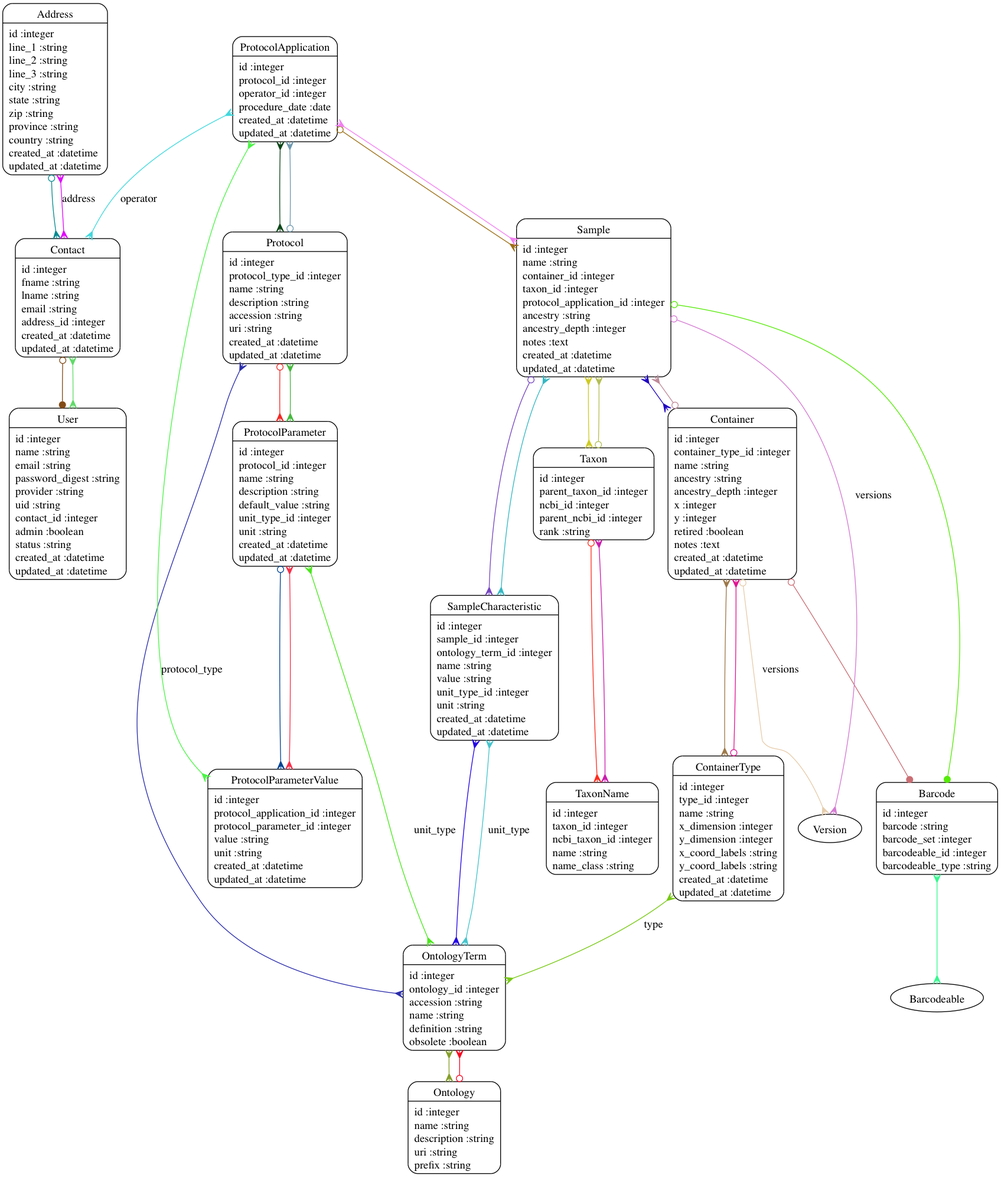
dimitras/collos keeps this Graphviz diagram as models.png. Above is the earlier version. Its source is kept beside it as models.dot.
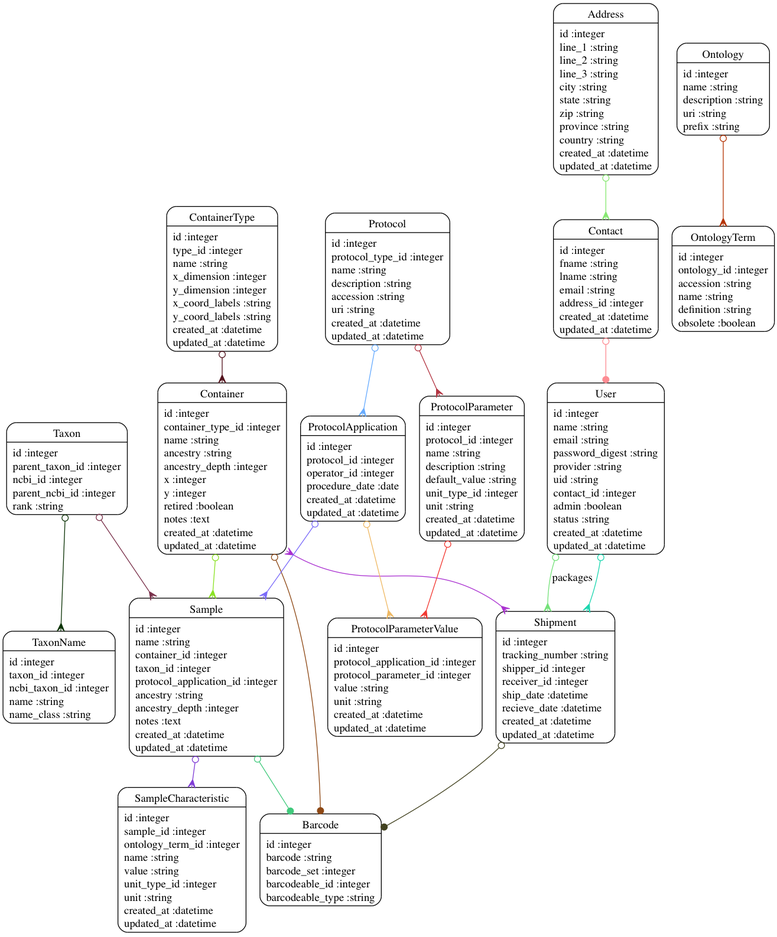
Above is the later version.

Diff of the diagram source:
```diff
@@ -13,43 +13,27 @@
 	"ProtocolParameterValue" [shape=Mrecord, label="{ProtocolParameterValue|id :integer\lprotocol_application_id :integer\lprotocol_parameter_id :integer\lvalue :string\lunit :string\lcreated_at :datetime\lupdated_at :datetime\l}"]
 	"Sample" [shape=Mrecord, label="{Sample|id :integer\lname :string\lcontainer_id :integer\ltaxon_id :integer\lprotocol_application_id :integer\lancestry :string\lancestry_depth :integer\lnotes :text\lcreated_at :datetime\lupdated_at :datetime\l}"]
 	"SampleCharacteristic" [shape=Mrecord, label="{SampleCharacteristic|id :integer\lsample_id :integer\lontology_term_id :integer\lname :string\lvalue :string\lunit_type_id :integer\lunit :string\lcreated_at :datetime\lupdated_at :datetime\l}"]
+	"Shipment" [shape=Mrecord, label="{Shipment|id :integer\ltracking_number :string\lshipper_id :integer\lreceiver_id :integer\lship_date :datetime\lrecieve_date :datetime\lcreated_at :datetime\lupdated_at :datetime\l}"]
 	"Taxon" [shape=Mrecord, label="{Taxon|id :integer\lparent_taxon_id :integer\lncbi_id :integer\lparent_ncbi_id :integer\lrank :string\l}"]
 	"TaxonName" [shape=Mrecord, label="{TaxonName|id :integer\ltaxon_id :integer\lncbi_taxon_id :integer\lname :string\lname_class :string\l}"]
 	"User" [shape=Mrecord, label="{User|id :integer\lname :string\lemail :string\lpassword_digest :string\lprovider :string\luid :string\lcontact_id :integer\ladmin :boolean\lstatus :string\lcreated_at :datetime\lupdated_at :datetime\l}"]
-	"Address" -> "Contact" [arrowtail=odot, arrowhead=crow, dir=both color="#068A91"]
-	"Barcode" -> "Barcodeable" [arrowtail=crow, arrowhead=crow, dir=both color="#34F88E"]
-	"Contact" -> "User" [arrowtail=odot, arrowhead=dot, dir=both color="#824B16"]
-	"Contact" -> "Address" [label="address", arrowtail=crow, arrowhead=crow, dir=both color="#E008FC"]
-	"Container" -> "ContainerType" [arrowtail=crow, arrowhead=crow, dir=both color="#9E7848"]
-	"Container" -> "Sample" [arrowtail=odot, arrowhead=crow, dir=both color="#BE8999"]
-	"Container" -> "Barcode" [arrowtail=odot, arrowhead=dot, dir=both color="#CA6E74"]
-	"Container" -> "Version" [label="versions", arrowtail=odot, arrowhead=crow, dir=both color="#E6CCAB"]
-	"ContainerType" -> "OntologyTerm" [label="type", arrowtail=crow, arrowhead=crow, dir=both color="#76C812"]
-	"ContainerType" -> "Container" [arrowtail=odot, arrowhead=crow, dir=both color="#E01593"]
-	"Ontology" -> "OntologyTerm" [arrowtail=odot, arrowhead=crow, dir=both color="#FA041F"]
-	"OntologyTerm" -> "Ontology" [arrowtail=crow, arrowhead=crow, dir=both color="#839E27"]
-	"Protocol" -> "OntologyTerm" [label="protocol_type", arrowtail=crow, arrowhead=crow, dir=both color="#2A2CAB"]
-	"Protocol" -> "ProtocolApplication" [arrowtail=odot, arrowhead=crow, dir=both color="#6D98AE"]
-	"Protocol" -> "ProtocolParameter" [arrowtail=odot, arrowhead=crow, dir=both color="#F02925"]
-	"ProtocolApplication" -> "Sample" [arrowtail=odot, arrowhead=crow, dir=both color="#9C6E15"]
-	"ProtocolApplication" -> "Protocol" [arrowtail=crow, arrowhead=crow, dir=both color="#0B4618"]
-	"ProtocolApplication" -> "Contact" [label="operator", arrowtail=crow, arrowhead=crow, dir=both color="#40D8DD"]
-	"ProtocolParameter" -> "Protocol" [arrowtail=crow, arrowhead=crow, dir=both color="#44B83C"]
-	"ProtocolParameter" -> "OntologyTerm" [label="unit_type", arrowtail=crow, arrowhead=crow, dir=both color="#48E81A"]
-	"ProtocolParameter" -> "ProtocolParameterValue" [arrowtail=odot, arrowhead=crow, dir=both color="#024392"]
-	"ProtocolParameterValue" -> "ProtocolApplication" [arrowtail=crow, arrowhead=crow, dir=both color="#49F544"]
-	"ProtocolParameterValue" -> "ProtocolParameter" [arrowtail=crow, arrowhead=crow, dir=both color="#FA2E49"]
-	"Sample" -> "Barcode" [arrowtail=odot, arrowhead=dot, dir=both color="#56EA08"]
-	"Sample" -> "Container" [arrowtail=crow, arrowhead=crow, dir=both color="#2005C1"]
-	"Sample" -> "ProtocolApplication" [arrowtail=crow, arrowhead=crow, dir=both color="#F27EF1"]
-	"Sample" -> "Taxon" [arrowtail=crow, arrowhead=crow, dir=both color="#CECB20"]
-	"Sample" -> "SampleCharacteristic" [arrowtail=odot, arrowhead=crow, dir=both color="#7646C1"]
-	"Sample" -> "Version" [label="versions", arrowtail=odot, arrowhead=crow, dir=both color="#D47AD2"]
-	"SampleCharacteristic" -> "OntologyTerm" [arrowtail=crow, arrowhead=crow, dir=both color="#2303E6"]
-	"SampleCharacteristic" -> "OntologyTerm" [label="unit_type", arrowtail=crow, arrowhead=crow, dir=both color="#43C4CD"]
-	"SampleCharacteristic" -> "Sample" [arrowtail=crow, arrowhead=crow, dir=both color="#34B8C3"]
-	"Taxon" -> "Sample" [arrowtail=odot, arrowhead=crow, dir=both color="#B3BE53"]
-	"Taxon" -> "TaxonName" [arrowtail=odot, arrowhead=crow, dir=both color="#FE2B1D"]
-	"TaxonName" -> "Taxon" [arrowtail=crow, arrowhead=crow, dir=both color="#CA1CAD"]
-	"User" -> "Contact" [arrowtail=crow, arrowhead=crow, dir=both color="#5FDB68"]
+	"Address" -> "Contact" [arrowtail=odot, arrowhead=crow, dir=both color="#87E872"]
+	"Contact" -> "User" [arrowtail=odot, arrowhead=dot, dir=both color="#FD8C93"]
+	"Container" -> "Sample" [arrowtail=odot, arrowhead=crow, dir=both color="#8BE225"]
+	"Container" -> "Barcode" [arrowtail=odot, arrowhead=dot, dir=both color="#8D4815"]
+	"Container" -> "Shipment" [arrowtail=crow, arrowhead=crow, dir=both color="#AA31D0"]
+	"ContainerType" -> "Container" [arrowtail=odot, arrowhead=crow, dir=both color="#53131D"]
+	"Ontology" -> "OntologyTerm" [arrowtail=odot, arrowhead=crow, dir=both color="#B43203"]
+	"Protocol" -> "ProtocolApplication" [arrowtail=odot, arrowhead=crow, dir=both color="#67ABFE"]
+	"Protocol" -> "ProtocolParameter" [arrowtail=odot, arrowhead=crow, dir=both color="#B23542"]
+	"ProtocolApplication" -> "Sample" [arrowtail=odot, arrowhead=crow, dir=both color="#7A6AF9"]
+	"ProtocolApplication" -> "ProtocolParameterValue" [arrowtail=odot, arrowhead=crow, dir=both color="#EEB864"]
+	"ProtocolParameter" -> "ProtocolParameterValue" [arrowtail=odot, arrowhead=crow, dir=both color="#F23831"]
+	"Sample" -> "Barcode" [arrowtail=odot, arrowhead=dot, dir=both color="#41C97C"]
+	"Sample" -> "SampleCharacteristic" [arrowtail=odot, arrowhead=crow, dir=both color="#7F3CD5"]
+	"Shipment" -> "Barcode" [arrowtail=odot, arrowhead=dot, dir=both color="#424220"]
+	"Taxon" -> "Sample" [arrowtail=odot, arrowhead=crow, dir=both color="#79304A"]
+	"Taxon" -> "TaxonName" [arrowtail=odot, arrowhead=crow, dir=both color="#0C3306"]
+	"User" -> "Shipment" [arrowtail=odot, arrowhead=crow, dir=both color="#1CD6AF"]
+	"User" -> "Shipment" [label="packages", arrowtail=odot, arrowhead=crow, dir=both color="#74E179"]
 }
```
